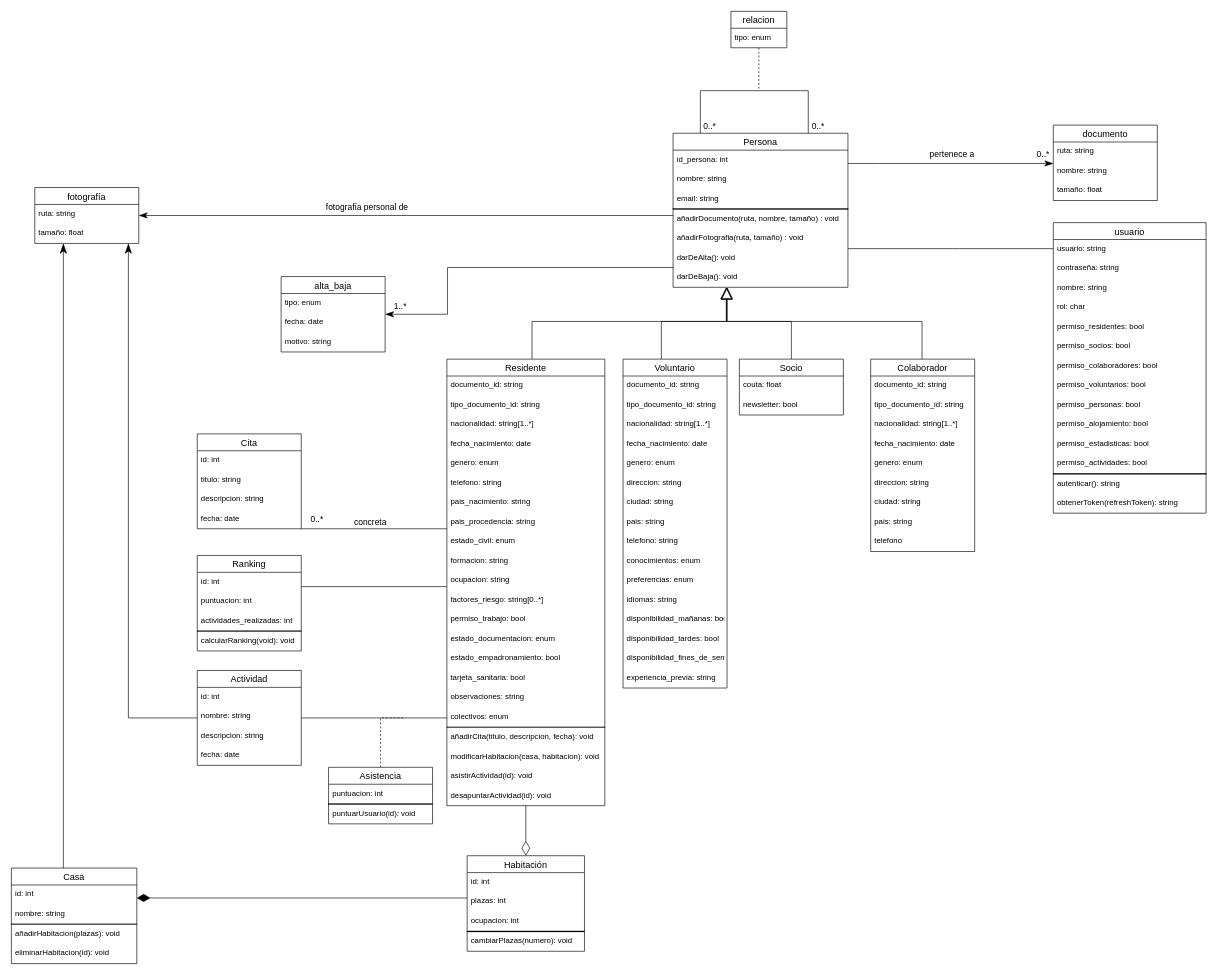
Above: diseno/sistema/DiagramaDeClases.drawio in corderop/TFG (draw.io), before the change. Source tidied: cells renumbered, new cells numbered last; positions are measured from the earlier drawing's top-left corner, leaving out a move shared by most shapes. Both pictures are drawn from the tidied source at 65%, with x=0, y=0 at pixel (11, 11).
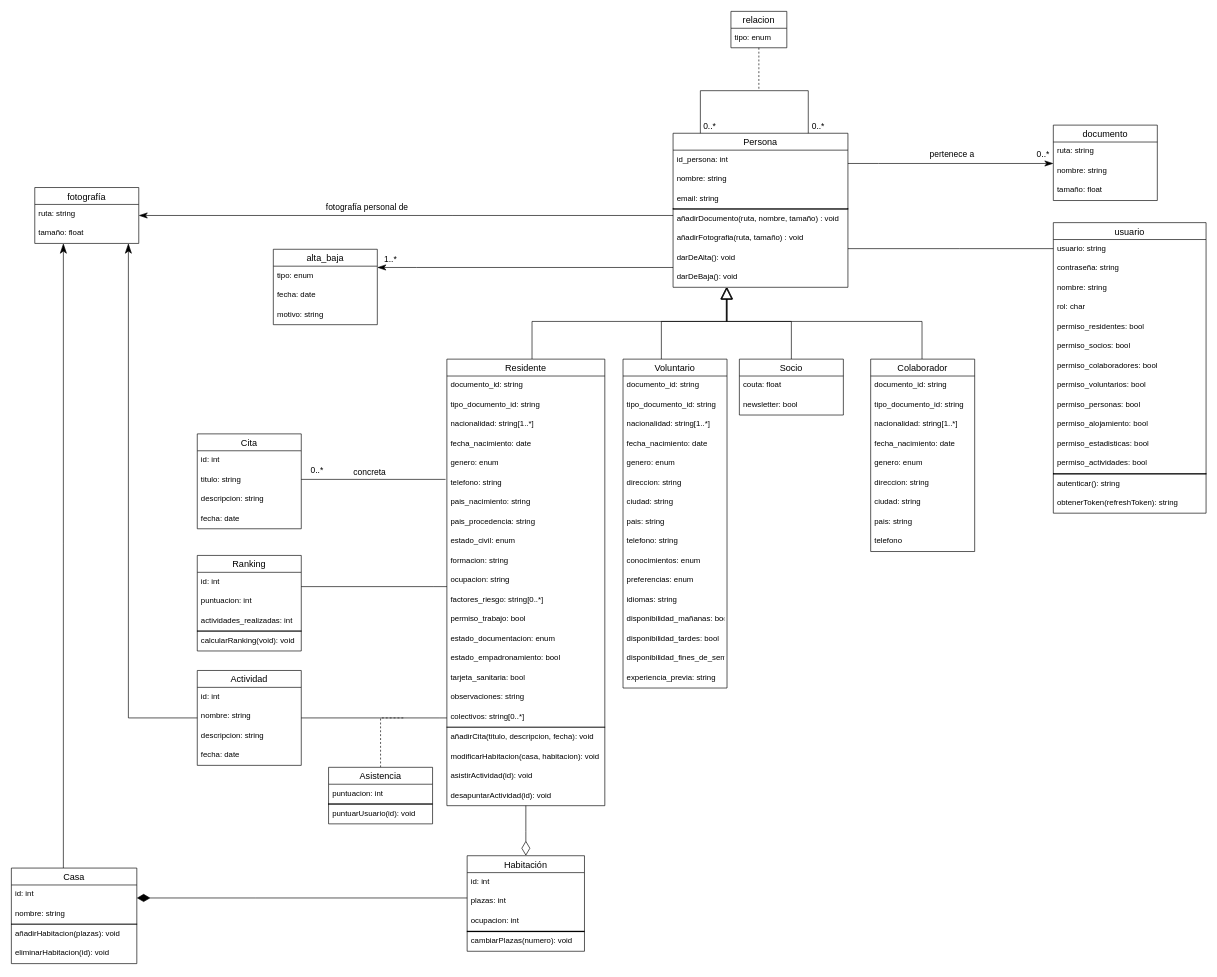
Above is the later version.

Commit message (it also covers changes not shown here):
diseno: 🐛 Colectivo de residentes como objeto

Unchanged cells that the change refers to:
```xml
<mxCell id="6" value="Persona" style="swimlane;fontStyle=0;horizontal=1;startSize=26;align=center;fontSize=14;" parent="1" vertex="1">
  <mxGeometry x="1018" y="187.5" width="269" height="237" as="geometry" />
</mxCell>
<mxCell id="49" value="Residente" style="swimlane;fontStyle=0;horizontal=1;startSize=26;align=center;fontSize=14;" parent="1" vertex="1">
  <mxGeometry x="670" y="535" width="243" height="687" as="geometry" />
</mxCell>
<mxCell id="84" value="Cita" style="swimlane;fontStyle=0;horizontal=1;startSize=26;align=center;fontSize=14;" parent="1" vertex="1">
  <mxGeometry x="286" y="650" width="160" height="146" as="geometry" />
</mxCell>
```

What changed in the source:
```diff
@@
-    <mxCell id="67" value="colectivos: enum" style="text;strokeColor=none;fillColor=none;spacingLeft=4;spacingRight=4;overflow=hidden;fontSize=12;" parent="49" vertex="1">
+    <mxCell id="67" value="colectivos: string[0..*]" style="text;strokeColor=none;fillColor=none;spacingLeft=4;spacingRight=4;overflow=hidden;fontSize=12;" parent="49" vertex="1">
       <mxGeometry y="536" width="243" height="30" as="geometry" />
     </mxCell>
@@
     <mxCell id="73" value="alta_baja" style="swimlane;fontStyle=0;horizontal=1;startSize=26;align=center;fontSize=14;" parent="1" vertex="1">
-      <mxGeometry x="415" y="408" width="160" height="116" as="geometry" />
+      <mxGeometry x="403" y="366" width="160" height="116" as="geometry" />
     </mxCell>
@@
     <mxCell id="77" style="edgeStyle=orthogonalEdgeStyle;rounded=0;jettySize=auto;html=1;endArrow=none;endFill=0;startArrow=classicThin;startFill=1;endSize=13;startSize=11;" parent="1" edge="1" source="73" target="6">
       <mxGeometry relative="1" as="geometry">
         <Array as="points">
-          <mxPoint x="671" y="466" />
-          <mxPoint x="671" y="394" />
+          <mxPoint x="623" y="394" />
+          <mxPoint x="623" y="394" />
         </Array>
       </mxGeometry>
     </mxCell>
@@
-    <mxCell id="89" style="edgeStyle=orthogonalEdgeStyle;rounded=0;jettySize=auto;html=1;endArrow=none;endFill=0;" parent="1" edge="1" source="49" target="84">
+    <mxCell id="89" style="edgeStyle=orthogonalEdgeStyle;rounded=0;jettySize=auto;html=1;endArrow=none;endFill=0;" parent="1" edge="1" target="84">
       <mxGeometry relative="1" as="geometry">
+        <mxPoint x="668" y="720" as="sourcePoint" />
         <Array as="points">
-          <mxPoint x="675" y="720" />
-          <mxPoint x="675" y="720" />
+          <mxPoint x="668" y="720" />
+          <mxPoint x="668" y="720" />
         </Array>
       </mxGeometry>
     </mxCell>
```
